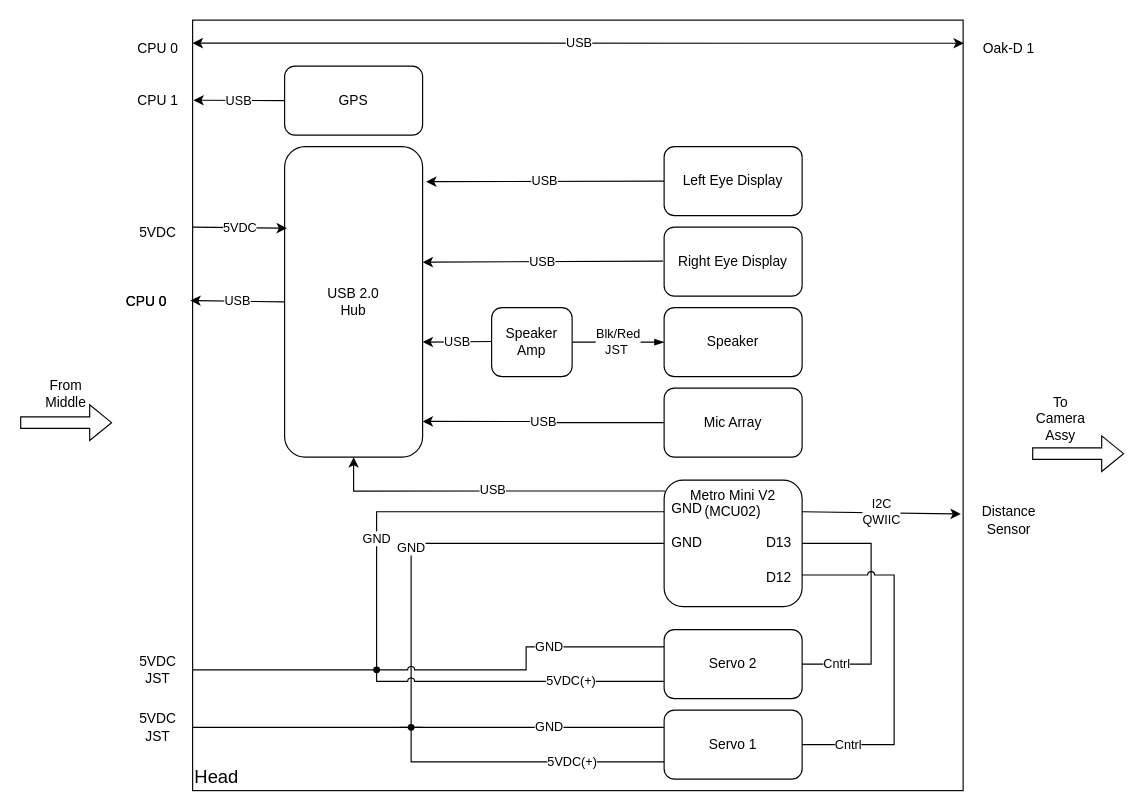
This is page "head" (5 of 6) of syseng/r2_interconnect.drawio from Pieman-130/r2_dev, a draw.io file, before an edit. Source tidied: cells renumbered, new cells numbered last; positions are measured from the earlier drawing's top-left corner, leaving out a move shared by most shapes. Both pictures are drawn from the tidied source at 115%, with x=0, y=0 at pixel (20, 20).
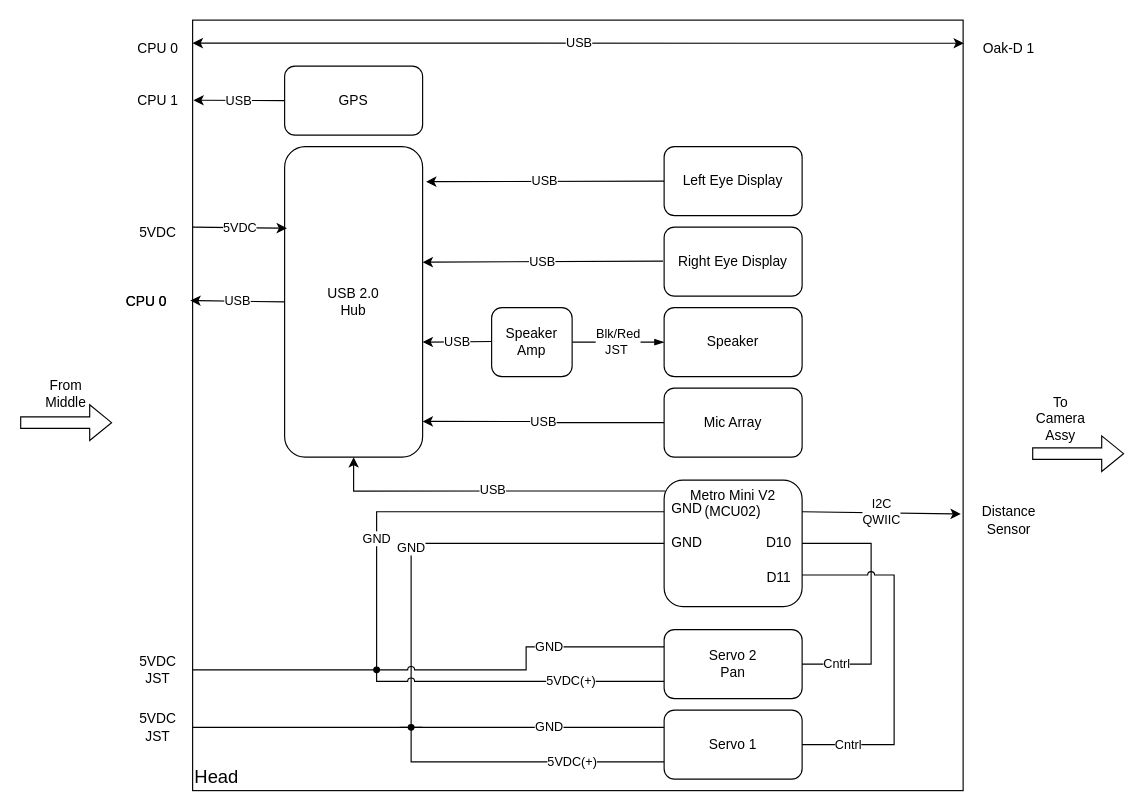
Above is the later version.

Change to the diagram source:
```diff
@@
-    <mxCell id="6" value="Servo 2" style="rounded=1;whiteSpace=wrap;html=1;" parent="1" vertex="1">
+    <mxCell id="6" value="Servo 2&lt;div&gt;Pan&lt;/div&gt;" style="rounded=1;whiteSpace=wrap;html=1;" parent="1" vertex="1">
       <mxGeometry x="560" y="530" width="120" height="60" as="geometry" />
     </mxCell>
@@
-    <mxCell id="48" value="D13" style="text;html=1;whiteSpace=wrap;strokeColor=none;fillColor=none;align=center;verticalAlign=middle;rounded=0;" parent="1" vertex="1">
+    <mxCell id="48" value="D10" style="text;html=1;whiteSpace=wrap;strokeColor=none;fillColor=none;align=center;verticalAlign=middle;rounded=0;" parent="1" vertex="1">
       <mxGeometry x="630" y="440" width="60" height="30" as="geometry" />
     </mxCell>
-    <mxCell id="49" value="D12" style="text;html=1;whiteSpace=wrap;strokeColor=none;fillColor=none;align=center;verticalAlign=middle;rounded=0;" parent="1" vertex="1">
+    <mxCell id="49" value="D11" style="text;html=1;whiteSpace=wrap;strokeColor=none;fillColor=none;align=center;verticalAlign=middle;rounded=0;" parent="1" vertex="1">
       <mxGeometry x="630" y="470" width="60" height="30" as="geometry" />
     </mxCell>
```
